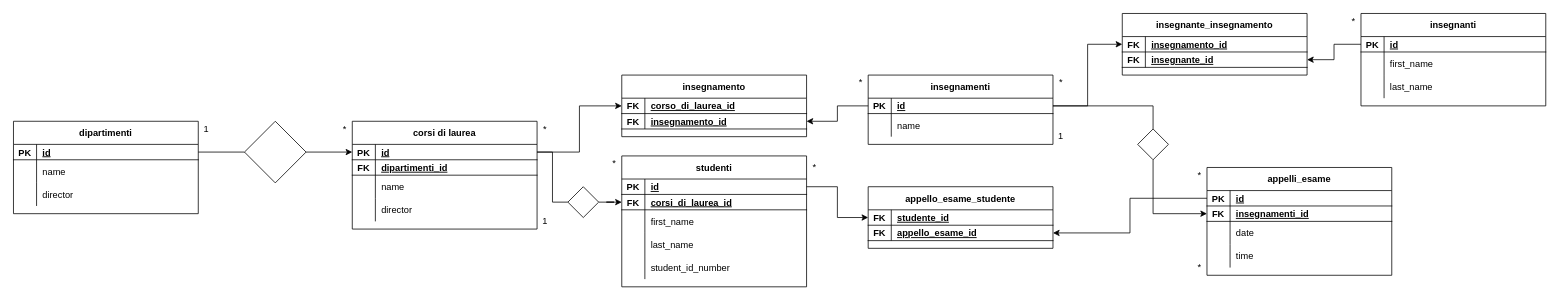
Above: Untitled Diagram.drawio in marcodeiulio/db-university (draw.io), before the change. Source tidied: cells renumbered, new cells numbered last; positions are measured from the earlier drawing's top-left corner, leaving out a move shared by most shapes. Both pictures are drawn from the tidied source at 77%, with x=0, y=0 at pixel (13, 13).
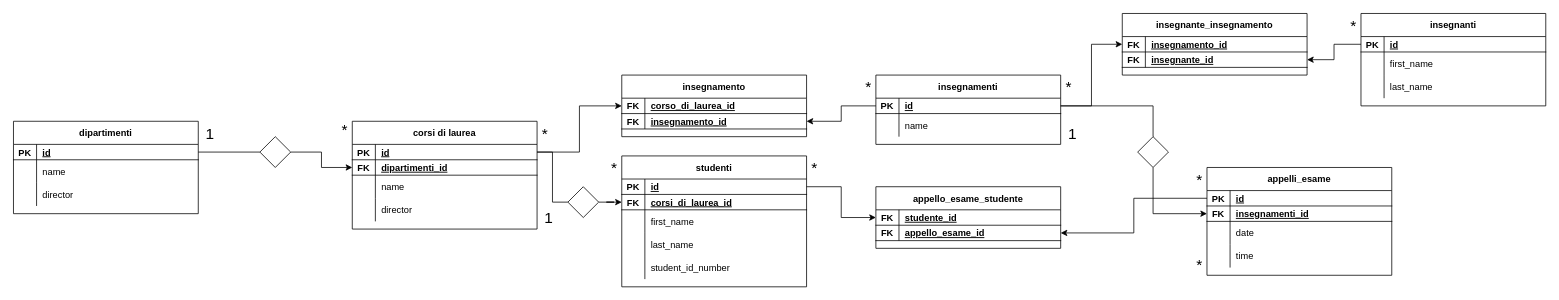
The same page after the edit.

Unchanged cells that the change refers to:
```xml
<mxCell id="3" style="shape=partialRectangle;fillColor=none;points=[[0,0.5],[1,0.5]];portConstraint=eastwest;top=0;left=0;right=0;bottom=1;" parent="2" vertex="1">
  <mxGeometry y="30" width="240" height="20" as="geometry" />
</mxCell>
<mxCell id="13" style="shape=partialRectangle;fillColor=none;points=[[0,0.5],[1,0.5]];portConstraint=eastwest;top=0;left=0;right=0;bottom=1;" parent="12" vertex="1">
  <mxGeometry y="30" width="240" height="20" as="geometry" />
</mxCell>
<mxCell id="16" style="shape=partialRectangle;fillColor=none;points=[[0,0.5],[1,0.5]];portConstraint=eastwest;top=0;left=0;right=0;bottom=1;" parent="12" vertex="1">
  <mxGeometry y="50" width="240" height="20" as="geometry" />
</mxCell>
```

The edit, as a diff of the source:
```diff
@@
-    <mxCell id="25" style="edgeStyle=orthogonalEdgeStyle;rounded=0;jettySize=auto;html=1;startArrow=none;" parent="1" edge="1" source="26" target="13">
-      <mxGeometry relative="1" as="geometry" />
-    </mxCell>
-    <mxCell id="26" style="rhombus;whiteSpace=wrap;html=1;" parent="1" vertex="1">
-      <mxGeometry x="300" y="140" width="80" height="80" as="geometry" />
-    </mxCell>
-    <mxCell id="27" style="edgeStyle=orthogonalEdgeStyle;rounded=0;jettySize=auto;html=1;endArrow=none;" parent="1" edge="1" source="3" target="26">
-      <mxGeometry relative="1" as="geometry" />
-    </mxCell>
-    <mxCell id="28" value="1" style="text;html=1;align=center;verticalAlign=middle;strokeColor=none;fillColor=none;" parent="1" vertex="1">
-      <mxGeometry x="240" y="140" width="20" height="20" as="geometry" />
+    <mxCell id="28" value="1" style="text;html=1;align=center;verticalAlign=middle;strokeColor=none;fillColor=none;fontSize=20;" parent="1" vertex="1">
+      <mxGeometry x="240" y="140" width="30" height="30" as="geometry" />
     </mxCell>
-    <mxCell id="29" value="*" style="text;html=1;align=center;verticalAlign=middle;strokeColor=none;fillColor=none;" parent="1" vertex="1">
-      <mxGeometry x="420" y="140" width="20" height="20" as="geometry" />
+    <mxCell id="29" value="*" style="text;html=1;align=center;verticalAlign=middle;strokeColor=none;fillColor=none;fontSize=20;" parent="1" vertex="1">
+      <mxGeometry x="420" y="135" width="20" height="30" as="geometry" />
     </mxCell>
     <mxCell id="30" value="insegnamenti" style="shape=table;startSize=30;childLayout=tableLayout;rowLines=0;fontStyle=1;align=center;" parent="1" vertex="1">
-      <mxGeometry x="1110" y="80" width="240" height="90" as="geometry" />
+      <mxGeometry x="1120" y="80" width="240" height="90" as="geometry" />
     </mxCell>
@@
-    <mxCell id="46" value="*" style="text;html=1;align=center;verticalAlign=middle;strokeColor=none;fillColor=none;" parent="1" vertex="1">
-      <mxGeometry x="680" y="140" width="20" height="20" as="geometry" />
-    </mxCell>
-    <mxCell id="47" value="*" style="text;html=1;align=center;verticalAlign=middle;strokeColor=none;fillColor=none;" parent="1" vertex="1">
-      <mxGeometry x="1090" y="80" width="20" height="20" as="geometry" />
-    </mxCell>
@@
-    <mxCell id="67" value="*" style="text;html=1;align=center;verticalAlign=middle;strokeColor=none;fillColor=none;" parent="1" vertex="1">
-      <mxGeometry x="1350" y="80" width="20" height="20" as="geometry" />
-    </mxCell>
-    <mxCell id="68" value="*" style="text;html=1;align=center;verticalAlign=middle;strokeColor=none;fillColor=none;" parent="1" vertex="1">
-      <mxGeometry x="1730" width="20" height="20" as="geometry" />
-    </mxCell>
@@
-    <mxCell id="82" value="*" style="text;html=1;align=center;verticalAlign=middle;strokeColor=none;fillColor=none;" parent="1" vertex="1">
-      <mxGeometry x="1530" y="200" width="20" height="20" as="geometry" />
-    </mxCell>
@@
     <mxCell id="100" value="appello_esame_studente" style="shape=table;startSize=30;childLayout=tableLayout;rowLines=0;fontStyle=1;align=center;" parent="1" vertex="1">
-      <mxGeometry x="1110" y="225" width="240" height="80" as="geometry" />
+      <mxGeometry x="1120" y="225" width="240" height="80" as="geometry" />
     </mxCell>
@@
-    <mxCell id="108" value="1" style="text;html=1;align=center;verticalAlign=middle;strokeColor=none;fillColor=none;" parent="1" vertex="1">
-      <mxGeometry x="680" y="260" width="20" height="20" as="geometry" />
-    </mxCell>
-    <mxCell id="109" value="*" style="text;html=1;align=center;verticalAlign=middle;strokeColor=none;fillColor=none;" parent="1" vertex="1">
-      <mxGeometry x="770" y="185" width="20" height="20" as="geometry" />
-    </mxCell>
-    <mxCell id="110" value="*" style="text;html=1;align=center;verticalAlign=middle;strokeColor=none;fillColor=none;" parent="1" vertex="1">
-      <mxGeometry x="1030" y="190" width="20" height="20" as="geometry" />
-    </mxCell>
-    <mxCell id="111" value="*" style="text;html=1;align=center;verticalAlign=middle;strokeColor=none;fillColor=none;" parent="1" vertex="1">
-      <mxGeometry x="1530" y="320" width="20" height="20" as="geometry" />
-    </mxCell>
@@
-    <mxCell id="114" value="1" style="text;html=1;align=center;verticalAlign=middle;strokeColor=none;fillColor=none;" parent="1" vertex="1">
-      <mxGeometry x="1350" y="150" width="20" height="20" as="geometry" />
-    </mxCell>
@@
     <mxCell id="117" style="rhombus;whiteSpace=wrap;html=1;" parent="1" vertex="1">
-      <mxGeometry x="1460" y="150" width="40" height="40" as="geometry" />
+      <mxGeometry x="1460" y="160" width="40" height="40" as="geometry" />
     </mxCell>
@@
+    <mxCell id="119" style="edgeStyle=orthogonalEdgeStyle;rounded=0;jettySize=auto;html=1;entryX=0;entryY=0.5;entryDx=0;entryDy=0;startArrow=none;" parent="1" edge="1" source="120" target="16">
+      <mxGeometry relative="1" as="geometry" />
+    </mxCell>
+    <mxCell id="120" style="rhombus;whiteSpace=wrap;html=1;" parent="1" vertex="1">
+      <mxGeometry x="320" y="160" width="40" height="40" as="geometry" />
+    </mxCell>
+    <mxCell id="121" style="edgeStyle=orthogonalEdgeStyle;rounded=0;jettySize=auto;html=1;entryX=0;entryY=0.5;entryDx=0;entryDy=0;endArrow=none;" parent="1" edge="1" source="3" target="120">
+      <mxGeometry relative="1" as="geometry" />
+    </mxCell>
+    <mxCell id="122" value="1" style="text;html=1;align=center;verticalAlign=middle;strokeColor=none;fillColor=none;fontSize=20;" parent="1" vertex="1">
+      <mxGeometry x="680" y="250" width="30" height="30" as="geometry" />
+    </mxCell>
+    <mxCell id="123" value="1" style="text;html=1;align=center;verticalAlign=middle;strokeColor=none;fillColor=none;fontSize=20;" parent="1" vertex="1">
+      <mxGeometry x="1360" y="140" width="30" height="30" as="geometry" />
+    </mxCell>
+    <mxCell id="124" value="*" style="text;html=1;align=center;verticalAlign=middle;strokeColor=none;fillColor=none;fontSize=20;" parent="1" vertex="1">
+      <mxGeometry x="680" y="140" width="20" height="30" as="geometry" />
+    </mxCell>
+    <mxCell id="125" value="*" style="text;html=1;align=center;verticalAlign=middle;strokeColor=none;fillColor=none;fontSize=20;" parent="1" vertex="1">
+      <mxGeometry x="770" y="185" width="20" height="30" as="geometry" />
+    </mxCell>
+    <mxCell id="126" value="*" style="text;html=1;align=center;verticalAlign=middle;strokeColor=none;fillColor=none;fontSize=20;" parent="1" vertex="1">
+      <mxGeometry x="1030" y="185" width="20" height="30" as="geometry" />
+    </mxCell>
+    <mxCell id="127" value="*" style="text;html=1;align=center;verticalAlign=middle;strokeColor=none;fillColor=none;fontSize=20;" parent="1" vertex="1">
+      <mxGeometry x="1100" y="80" width="20" height="30" as="geometry" />
+    </mxCell>
+    <mxCell id="128" value="*" style="text;html=1;align=center;verticalAlign=middle;strokeColor=none;fillColor=none;fontSize=20;" parent="1" vertex="1">
+      <mxGeometry x="1360" y="80" width="20" height="30" as="geometry" />
+    </mxCell>
+    <mxCell id="129" value="*" style="text;html=1;align=center;verticalAlign=middle;strokeColor=none;fillColor=none;fontSize=20;" parent="1" vertex="1">
+      <mxGeometry x="1530" y="200" width="20" height="30" as="geometry" />
+    </mxCell>
+    <mxCell id="130" value="*" style="text;html=1;align=center;verticalAlign=middle;strokeColor=none;fillColor=none;fontSize=20;" parent="1" vertex="1">
+      <mxGeometry x="1530" y="310" width="20" height="30" as="geometry" />
+    </mxCell>
+    <mxCell id="131" value="*" style="text;html=1;align=center;verticalAlign=middle;strokeColor=none;fillColor=none;fontSize=20;" parent="1" vertex="1">
+      <mxGeometry x="1730" width="20" height="30" as="geometry" />
+    </mxCell>
```
